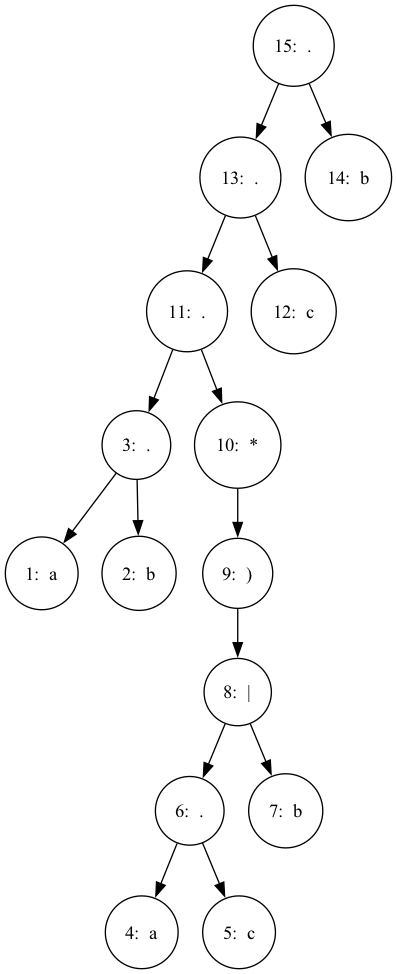
This is files/tree.png from grvaldes/Compilateur_C, a Graphviz export, as it was before one commit. Its source is kept beside it as files/tree.dot.
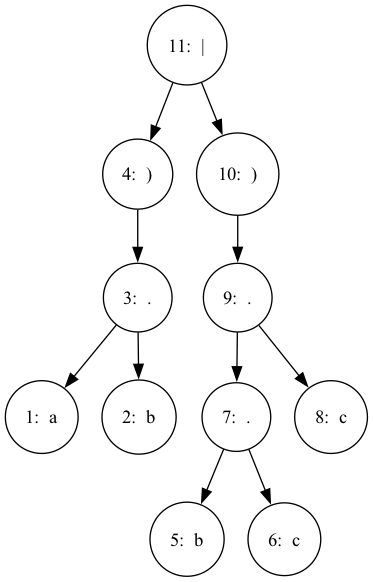
Above is the later version.

Commit message:
tree fixed (dependency of union)

Diff of the diagram source:
```diff
@@ -1,32 +1,24 @@
 digraph SyntaxTree {
   node [shape=circle];
-  node14 [label="15:  ."];
-  node14 -> node12 [label=""];
-  node12 [label="13:  ."];
-  node12 -> node10 [label=""];
-  node10 [label="11:  ."];
-  node10 -> node2 [label=""];
+  node10 [label="11:  |"];
+  node10 -> node3 [label=""];
+  node3 [label="4:  )"];
+  node3 -> node2 [label=""];
   node2 [label="3:  ."];
   node2 -> node0 [label=""];
   node0 [label="1:  a"];
   node2 -> node1 [label=""];
   node1 [label="2:  b"];
   node10 -> node9 [label=""];
-  node9 [label="10:  *"];
+  node9 [label="10:  )"];
   node9 -> node8 [label=""];
-  node8 [label="9:  )"];
+  node8 [label="9:  ."];
+  node8 -> node6 [label=""];
+  node6 [label="7:  ."];
+  node6 -> node4 [label=""];
+  node4 [label="5:  b"];
+  node6 -> node5 [label=""];
+  node5 [label="6:  c"];
   node8 -> node7 [label=""];
-  node7 [label="8:  |"];
-  node7 -> node5 [label=""];
-  node5 [label="6:  ."];
-  node5 -> node3 [label=""];
-  node3 [label="4:  a"];
-  node5 -> node4 [label=""];
-  node4 [label="5:  c"];
-  node7 -> node6 [label=""];
-  node6 [label="7:  b"];
-  node12 -> node11 [label=""];
-  node11 [label="12:  c"];
-  node14 -> node13 [label=""];
-  node13 [label="14:  b"];
+  node7 [label="8:  c"];
 }
```
